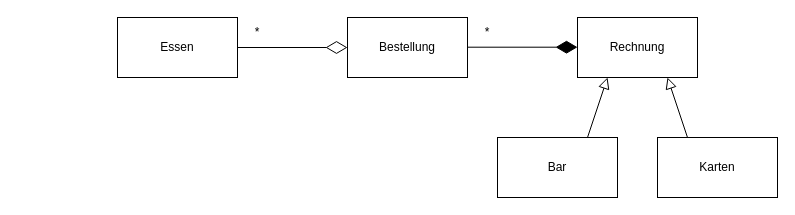
Above: Tag_4/Klassendiagramm_Restaurant.drawio in McLutzifer/WIFI_SW-Engineering (draw.io), before the change. Source tidied: cells renumbered, new cells numbered last; positions are measured from the earlier drawing's top-left corner, leaving out a move shared by most shapes. Both pictures are drawn from the tidied source at 100%, with x=0, y=0 at pixel (117, 17).
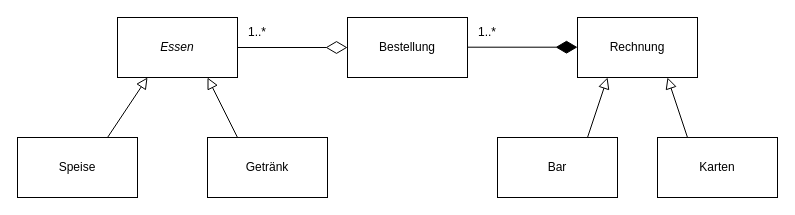
Above is the later version.

Diff of the diagram source:
```diff
@@
 <mxGraphModel>
   <root>
     <mxCell id="0" />
     <mxCell id="1" parent="0" />
     <mxCell id="2" value="Bestellung" style="rounded=0;whiteSpace=wrap;html=1;" parent="1" vertex="1">
       <mxGeometry x="230" width="120" height="60" as="geometry" />
     </mxCell>
-    <mxCell id="3" value="Essen" style="rounded=0;whiteSpace=wrap;html=1;" parent="1" vertex="1">
+    <mxCell id="3" value="&lt;i&gt;Essen&lt;/i&gt;" style="rounded=0;whiteSpace=wrap;html=1;" parent="1" vertex="1">
       <mxGeometry width="120" height="60" as="geometry" />
     </mxCell>
     <mxCell id="4" value="Rechnung" style="rounded=0;whiteSpace=wrap;html=1;" parent="1" vertex="1">
       <mxGeometry x="460" width="120" height="60" as="geometry" />
     </mxCell>
     <mxCell id="5" style="endArrow=diamondThin;html=1;rounded=0;entryX=0;entryY=0.5;entryDx=0;entryDy=0;endFill=0;endSize=19;exitX=1;exitY=0.5;exitDx=0;exitDy=0;" parent="1" edge="1" source="3" target="2">
       <mxGeometry relative="1" as="geometry" />
     </mxCell>
     <mxCell id="6" style="endArrow=diamondThin;html=1;rounded=0;entryX=0;entryY=0.5;entryDx=0;entryDy=0;endFill=1;endSize=19;exitX=1;exitY=0.5;exitDx=0;exitDy=0;" parent="1" edge="1">
       <mxGeometry relative="1" as="geometry">
         <mxPoint x="350" y="29.7" as="sourcePoint" />
         <mxPoint x="460" y="29.7" as="targetPoint" />
       </mxGeometry>
     </mxCell>
     <mxCell id="7" value="Bar" style="rounded=0;whiteSpace=wrap;html=1;" parent="1" vertex="1">
       <mxGeometry x="380" y="120" width="120" height="60" as="geometry" />
     </mxCell>
     <mxCell id="8" value="Karten" style="rounded=0;whiteSpace=wrap;html=1;" parent="1" vertex="1">
       <mxGeometry x="540" y="120" width="120" height="60" as="geometry" />
     </mxCell>
     <mxCell id="9" style="endArrow=block;html=1;rounded=0;entryX=0.25;entryY=1;entryDx=0;entryDy=0;exitX=0.75;exitY=0;exitDx=0;exitDy=0;endFill=0;endSize=9;" parent="1" edge="1" source="7" target="4">
       <mxGeometry relative="1" as="geometry" />
     </mxCell>
-    <mxCell id="10" style="endArrow=block;html=1;rounded=0;entryX=0.75;entryY=1;entryDx=0;entryDy=0;exitX=0.25;exitY=0;exitDx=0;exitDy=0;endFill=0;endSize=9;" parent="1" edge="1" source="8" target="4">
+    <mxCell id="10" style="endArrow=block;html=1;rounded=0;exitX=0.25;exitY=0;exitDx=0;exitDy=0;endFill=0;endSize=9;entryX=0.75;entryY=1;entryDx=0;entryDy=0;" parent="1" edge="1" source="14" target="3">
       <mxGeometry relative="1" as="geometry" />
     </mxCell>
-    <mxCell id="11" value="*" style="text;html=1;strokeColor=none;fillColor=none;align=center;verticalAlign=middle;whiteSpace=wrap;rounded=0;" parent="1" vertex="1">
+    <mxCell id="11" value="1..*" style="text;html=1;strokeColor=none;fillColor=none;align=center;verticalAlign=middle;whiteSpace=wrap;rounded=0;" parent="1" vertex="1">
       <mxGeometry x="110" width="60" height="30" as="geometry" />
     </mxCell>
-    <mxCell id="12" value="*" style="text;html=1;strokeColor=none;fillColor=none;align=center;verticalAlign=middle;whiteSpace=wrap;rounded=0;" parent="1" vertex="1">
+    <mxCell id="12" value="1..*" style="text;html=1;strokeColor=none;fillColor=none;align=center;verticalAlign=middle;whiteSpace=wrap;rounded=0;" parent="1" vertex="1">
       <mxGeometry x="340" width="60" height="30" as="geometry" />
     </mxCell>
+    <mxCell id="13" value="Speise" style="rounded=0;whiteSpace=wrap;html=1;" parent="1" vertex="1">
+      <mxGeometry x="-100" y="120" width="120" height="60" as="geometry" />
+    </mxCell>
+    <mxCell id="14" value="Getränk" style="rounded=0;whiteSpace=wrap;html=1;" parent="1" vertex="1">
+      <mxGeometry x="90" y="120" width="120" height="60" as="geometry" />
+    </mxCell>
+    <mxCell id="15" style="endArrow=block;html=1;rounded=0;entryX=0.25;entryY=1;entryDx=0;entryDy=0;exitX=0.75;exitY=0;exitDx=0;exitDy=0;endFill=0;endSize=9;" parent="1" edge="1" source="13" target="3">
+      <mxGeometry relative="1" as="geometry" />
+    </mxCell>
+    <mxCell id="16" style="endArrow=block;html=1;rounded=0;entryX=0.75;entryY=1;entryDx=0;entryDy=0;exitX=0.25;exitY=0;exitDx=0;exitDy=0;endFill=0;endSize=9;" parent="1" edge="1" source="8" target="4">
+      <mxGeometry relative="1" as="geometry" />
+    </mxCell>
   </root>
 </mxGraphModel>
```
